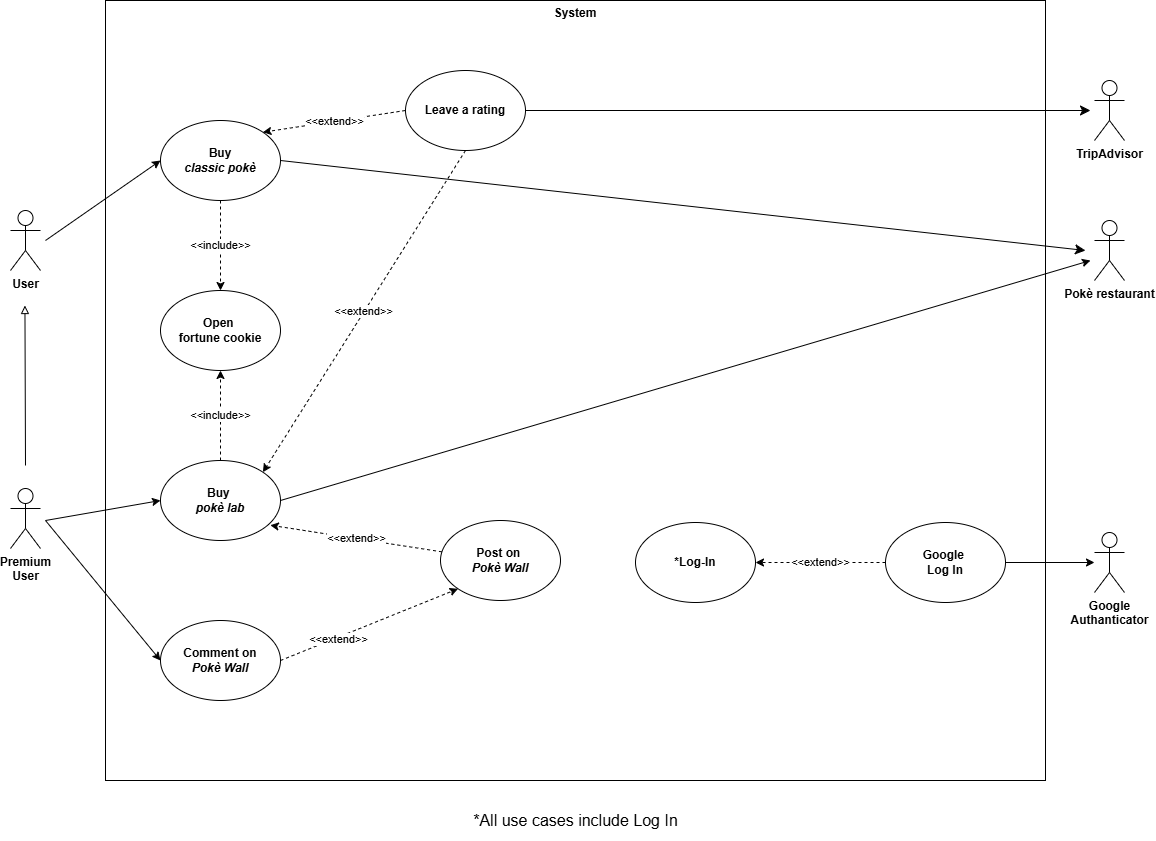
This is diagrams/UseCaseDiagram.drawio.png from matteopinfildi/YourPoke-ISPWProject, a draw.io export, as it was before one commit. Source tidied: cells renumbered, new cells last; positions are measured from the earlier drawing's top-left corner, leaving out a move shared by most shapes.
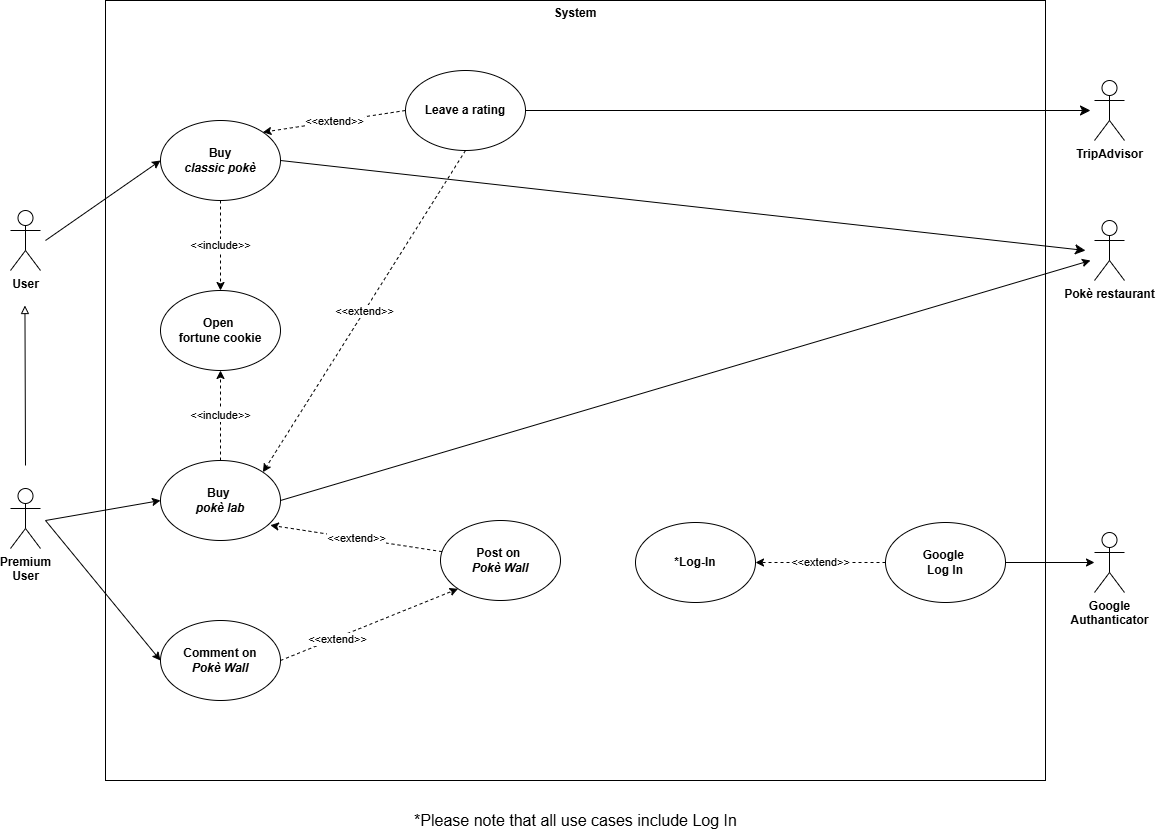
After the change.

What changed in the source:
```diff
@@ -79,8 +79,8 @@
     <mxCell id="23" value="&amp;lt;&amp;lt;extend&amp;gt;&amp;gt;" style="endArrow=classic;html=1;rounded=0;exitX=1;exitY=0.5;exitDx=0;exitDy=0;entryX=0;entryY=1;entryDx=0;entryDy=0;dashed=1;" parent="1" edge="1" source="14" target="16">
       <mxGeometry x="-0.36" y="-2" relative="1" as="geometry" />
     </mxCell>
-    <mxCell id="24" value="*All use cases include Log In" style="text;html=1;align=center;verticalAlign=middle;strokeColor=none;fillColor=none;fontSize=16;" parent="1" vertex="1">
-      <mxGeometry x="430" y="800" width="270" height="40" as="geometry" />
+    <mxCell id="24" value="*Please note that all use cases include Log In" style="text;html=1;align=center;verticalAlign=middle;strokeColor=none;fillColor=none;fontSize=16;" parent="1" vertex="1">
+      <mxGeometry x="390" y="805" width="350" height="30" as="geometry" />
     </mxCell>
     <mxCell id="25" style="endArrow=classic;html=1;rounded=0;exitX=1;exitY=0.5;exitDx=0;exitDy=0;" parent="1" edge="1" source="6">
       <mxGeometry relative="1" as="geometry">
```
